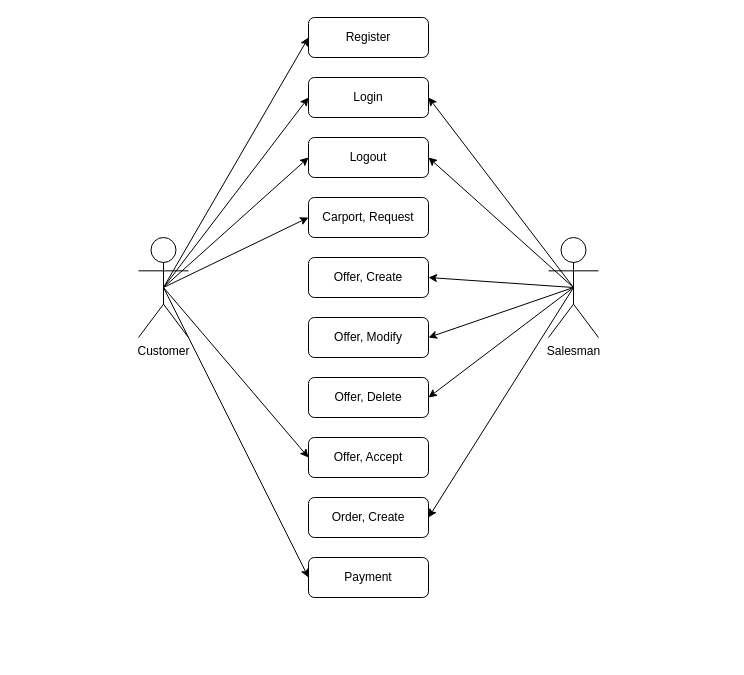
Before: documentation/workfiles/useCaseDiagram.drawio in Schwencke/fogCarport, a draw.io diagram. Source tidied: cells renumbered, new cells numbered last; positions are measured from the earlier drawing's top-left corner, leaving out a move shared by most shapes. Both pictures are drawn from the tidied source at 100%, with x=0, y=0 at pixel (138, 17).
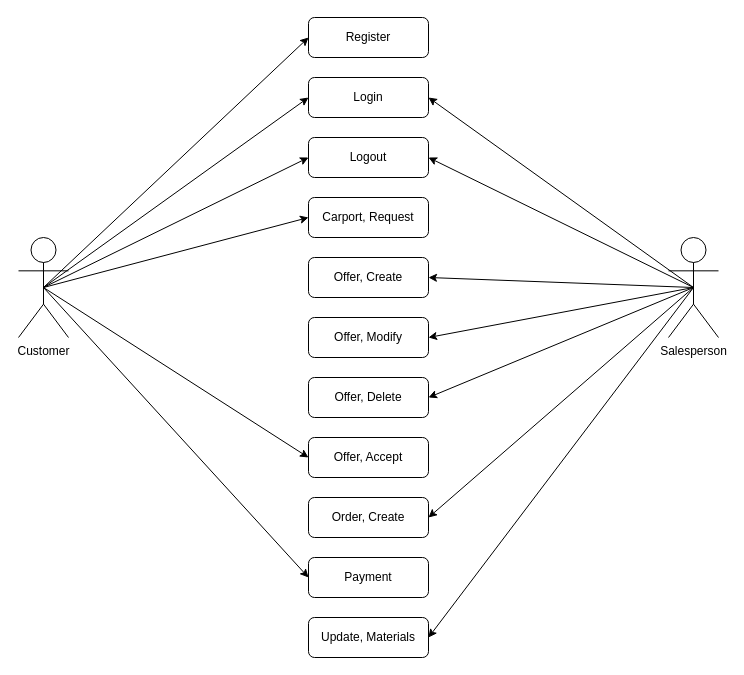
After the change.

Commit message (it also covers changes not shown here):
Added domainModel, updated useCaseDiagram

The edit, as a diff of the source:
```diff
@@
-    <mxCell id="18" value="Customer" style="shape=umlActor;verticalLabelPosition=bottom;verticalAlign=top;html=1;outlineConnect=0;" parent="1" vertex="1">
-      <mxGeometry y="220" width="50" height="100" as="geometry" />
-    </mxCell>
@@
+    <mxCell id="26" style="rounded=0;jettySize=auto;html=1;exitX=0.5;exitY=0.5;exitDx=0;exitDy=0;exitPerimeter=0;entryX=1;entryY=0.5;entryDx=0;entryDy=0;" parent="1" edge="1" source="25" target="27">
+      <mxGeometry relative="1" as="geometry" />
+    </mxCell>
+    <mxCell id="27" value="Update, Materials" style="rounded=1;whiteSpace=wrap;html=1;" parent="1" vertex="1">
+      <mxGeometry x="170" y="600" width="120" height="40" as="geometry" />
+    </mxCell>
-    <mxCell id="25" value="Salesman" style="shape=umlActor;verticalLabelPosition=bottom;verticalAlign=top;html=1;outlineConnect=0;" parent="1" vertex="1">
-      <mxGeometry x="410" y="220" width="50" height="100" as="geometry" />
+    <mxCell id="25" value="Salesperson" style="shape=umlActor;verticalLabelPosition=bottom;verticalAlign=top;html=1;outlineConnect=0;" parent="1" vertex="1">
+      <mxGeometry x="530" y="220" width="50" height="100" as="geometry" />
     </mxCell>
+    <mxCell id="18" value="Customer" style="shape=umlActor;verticalLabelPosition=bottom;verticalAlign=top;html=1;outlineConnect=0;" parent="1" vertex="1">
+      <mxGeometry x="-120" y="220" width="50" height="100" as="geometry" />
+    </mxCell>
```
